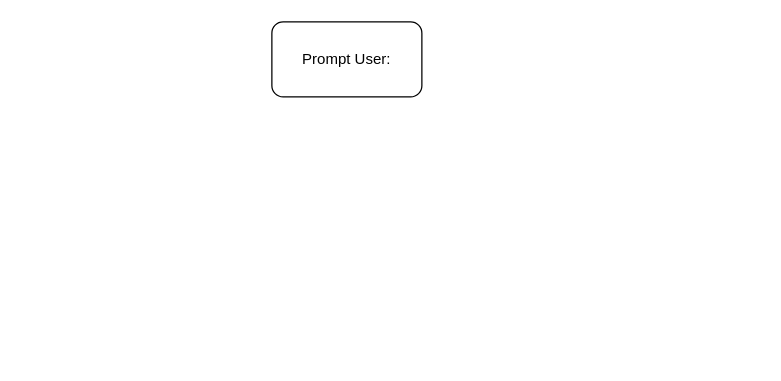
This is Coffe_Machine.drawio from XianScripts/Diagrams, a draw.io file, before an edit. Source tidied: cells renumbered, new cells numbered last; positions are measured from the earlier drawing's top-left corner, leaving out a move shared by most shapes. Both pictures are drawn from the tidied source at 125%, with x=0, y=0 at pixel (271, 21).
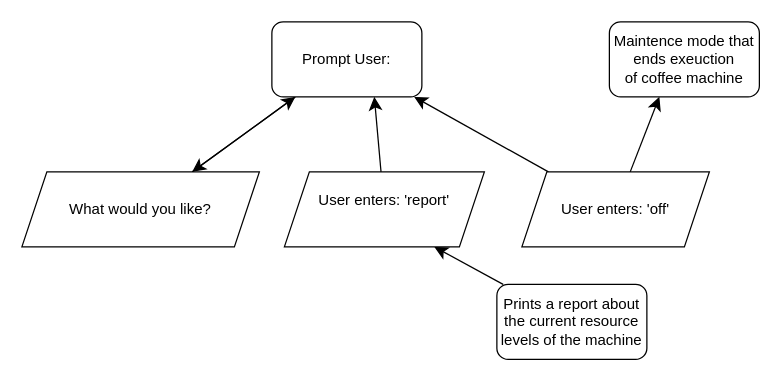
The same page after the edit.

Diff of the diagram source:
```diff
@@
 <mxGraphModel>
   <root>
     <mxCell id="0" />
     <mxCell id="1" parent="0" />
+    <mxCell id="3" style="edgeStyle=none;curved=1;rounded=0;jettySize=auto;html=1;fontSize=12;startSize=8;endSize=8;" parent="1" edge="1" source="2" target="5">
+      <mxGeometry relative="1" as="geometry" />
+    </mxCell>
     <mxCell id="2" value="&lt;div&gt;Prompt User:&lt;/div&gt;" style="rounded=1;whiteSpace=wrap;html=1;" parent="1" vertex="1">
       <mxGeometry width="120" height="60" as="geometry" />
     </mxCell>
+    <mxCell id="4" style="edgeStyle=none;curved=1;rounded=0;jettySize=auto;html=1;fontSize=12;startSize=8;endSize=8;" parent="1" edge="1" source="5" target="2">
+      <mxGeometry relative="1" as="geometry" />
+    </mxCell>
+    <mxCell id="5" value="What would you like?" style="shape=parallelogram;perimeter=parallelogramPerimeter;whiteSpace=wrap;html=1;fixedSize=1;" parent="1" vertex="1">
+      <mxGeometry x="-200" y="120" width="190" height="60" as="geometry" />
+    </mxCell>
+    <mxCell id="6" style="edgeStyle=none;curved=1;rounded=0;jettySize=auto;html=1;fontSize=12;startSize=8;endSize=8;" parent="1" edge="1" source="8" target="2">
+      <mxGeometry relative="1" as="geometry" />
+    </mxCell>
+    <mxCell id="7" style="edgeStyle=none;curved=1;rounded=0;jettySize=auto;html=1;fontSize=12;startSize=8;endSize=8;" parent="1" edge="1" source="8">
+      <mxGeometry relative="1" as="geometry">
+        <mxPoint x="310" y="60" as="targetPoint" />
+      </mxGeometry>
+    </mxCell>
+    <mxCell id="8" value="User enters: 'off'" style="shape=parallelogram;perimeter=parallelogramPerimeter;whiteSpace=wrap;html=1;fixedSize=1;" parent="1" vertex="1">
+      <mxGeometry x="200" y="120" width="150" height="60" as="geometry" />
+    </mxCell>
+    <mxCell id="9" value="&lt;div&gt;Maintence mode that &lt;br&gt;&lt;/div&gt;&lt;div&gt;ends exeuction&lt;/div&gt;&lt;div&gt;of coffee machine&lt;/div&gt;" style="rounded=1;whiteSpace=wrap;html=1;" parent="1" vertex="1">
+      <mxGeometry x="270" width="120" height="60" as="geometry" />
+    </mxCell>
+    <mxCell id="10" value="&lt;div&gt;User enters: 'report'&lt;/div&gt;&lt;div&gt;&lt;br&gt;&lt;/div&gt;" style="shape=parallelogram;perimeter=parallelogramPerimeter;whiteSpace=wrap;html=1;fixedSize=1;" parent="1" vertex="1">
+      <mxGeometry x="10" y="120" width="160" height="60" as="geometry" />
+    </mxCell>
+    <mxCell id="11" style="edgeStyle=none;curved=1;rounded=0;jettySize=auto;html=1;entryX=0.683;entryY=1;entryDx=0;entryDy=0;entryPerimeter=0;fontSize=12;startSize=8;endSize=8;" parent="1" edge="1" source="10" target="2">
+      <mxGeometry relative="1" as="geometry" />
+    </mxCell>
+    <mxCell id="12" style="edgeStyle=none;curved=1;rounded=0;jettySize=auto;html=1;entryX=0.75;entryY=1;entryDx=0;entryDy=0;fontSize=12;startSize=8;endSize=8;" parent="1" edge="1" source="13" target="10">
+      <mxGeometry relative="1" as="geometry" />
+    </mxCell>
+    <mxCell id="13" value="Prints a report about the current resource levels of the machine" style="rounded=1;whiteSpace=wrap;html=1;" parent="1" vertex="1">
+      <mxGeometry x="180" y="210" width="120" height="60" as="geometry" />
+    </mxCell>
   </root>
 </mxGraphModel>
```
